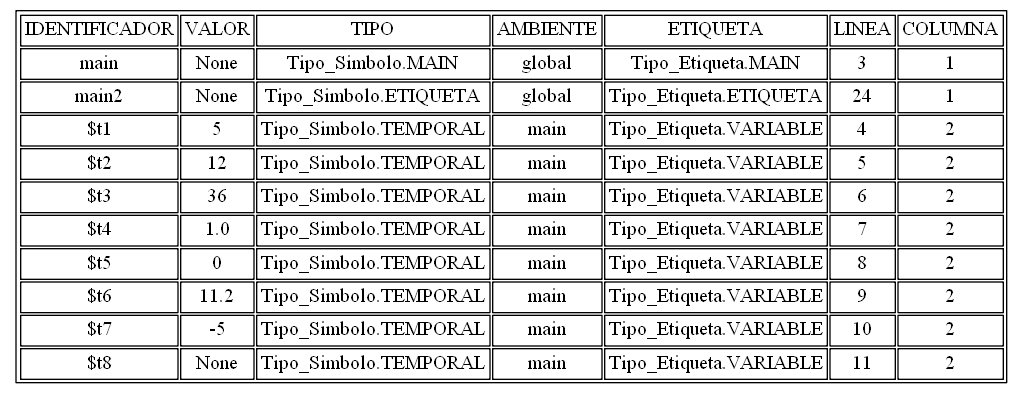
This is tablasimbolos.png from AndreeAvalos/OLC2-AUGUS, a Graphviz export, as it was before one commit. Its source is kept beside it as tablasimbolos.dot.
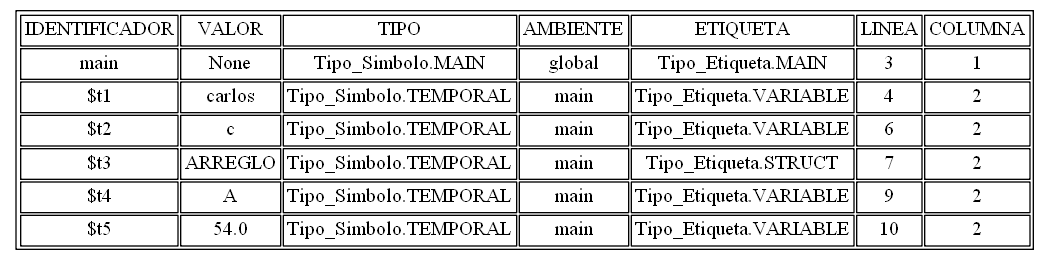
The same file after the commit.

Change to the diagram source:
```diff
@@ -4,15 +4,11 @@
 arset [label=<<TABLE ALIGN="LEFT">
 <TR><TD>IDENTIFICADOR</TD><TD>VALOR</TD><TD>TIPO</TD><TD>AMBIENTE</TD><TD>ETIQUETA</TD><TD>LINEA</TD><TD>COLUMNA</TD></TR>
 <TR><TD>main</TD><TD>None</TD><TD>Tipo_Simbolo.MAIN</TD><TD>global</TD><TD>Tipo_Etiqueta.MAIN</TD><TD>3</TD><TD>1</TD></TR>
-<TR><TD>main2</TD><TD>None</TD><TD>Tipo_Simbolo.ETIQUETA</TD><TD>global</TD><TD>Tipo_Etiqueta.ETIQUETA</TD><TD>24</TD><TD>1</TD></TR>
-<TR><TD>$t1</TD><TD>5</TD><TD>Tipo_Simbolo.TEMPORAL</TD><TD>main</TD><TD>Tipo_Etiqueta.VARIABLE</TD><TD>4</TD><TD>2</TD></TR>
-<TR><TD>$t2</TD><TD>12</TD><TD>Tipo_Simbolo.TEMPORAL</TD><TD>main</TD><TD>Tipo_Etiqueta.VARIABLE</TD><TD>5</TD><TD>2</TD></TR>
-<TR><TD>$t3</TD><TD>36</TD><TD>Tipo_Simbolo.TEMPORAL</TD><TD>main</TD><TD>Tipo_Etiqueta.VARIABLE</TD><TD>6</TD><TD>2</TD></TR>
-<TR><TD>$t4</TD><TD>1.0</TD><TD>Tipo_Simbolo.TEMPORAL</TD><TD>main</TD><TD>Tipo_Etiqueta.VARIABLE</TD><TD>7</TD><TD>2</TD></TR>
-<TR><TD>$t5</TD><TD>0</TD><TD>Tipo_Simbolo.TEMPORAL</TD><TD>main</TD><TD>Tipo_Etiqueta.VARIABLE</TD><TD>8</TD><TD>2</TD></TR>
-<TR><TD>$t6</TD><TD>11.2</TD><TD>Tipo_Simbolo.TEMPORAL</TD><TD>main</TD><TD>Tipo_Etiqueta.VARIABLE</TD><TD>9</TD><TD>2</TD></TR>
-<TR><TD>$t7</TD><TD>-5</TD><TD>Tipo_Simbolo.TEMPORAL</TD><TD>main</TD><TD>Tipo_Etiqueta.VARIABLE</TD><TD>10</TD><TD>2</TD></TR>
-<TR><TD>$t8</TD><TD>None</TD><TD>Tipo_Simbolo.TEMPORAL</TD><TD>main</TD><TD>Tipo_Etiqueta.VARIABLE</TD><TD>11</TD><TD>2</TD></TR>
+<TR><TD>$t1</TD><TD>carlos</TD><TD>Tipo_Simbolo.TEMPORAL</TD><TD>main</TD><TD>Tipo_Etiqueta.VARIABLE</TD><TD>4</TD><TD>2</TD></TR>
+<TR><TD>$t2</TD><TD>c</TD><TD>Tipo_Simbolo.TEMPORAL</TD><TD>main</TD><TD>Tipo_Etiqueta.VARIABLE</TD><TD>6</TD><TD>2</TD></TR>
+<TR><TD>$t3</TD><TD>ARREGLO</TD><TD>Tipo_Simbolo.TEMPORAL</TD><TD>main</TD><TD>Tipo_Etiqueta.STRUCT</TD><TD>7</TD><TD>2</TD></TR>
+<TR><TD>$t4</TD><TD>A</TD><TD>Tipo_Simbolo.TEMPORAL</TD><TD>main</TD><TD>Tipo_Etiqueta.VARIABLE</TD><TD>9</TD><TD>2</TD></TR>
+<TR><TD>$t5</TD><TD>54.0</TD><TD>Tipo_Simbolo.TEMPORAL</TD><TD>main</TD><TD>Tipo_Etiqueta.VARIABLE</TD><TD>10</TD><TD>2</TD></TR>
 </TABLE>
 >, ];
 }
```
